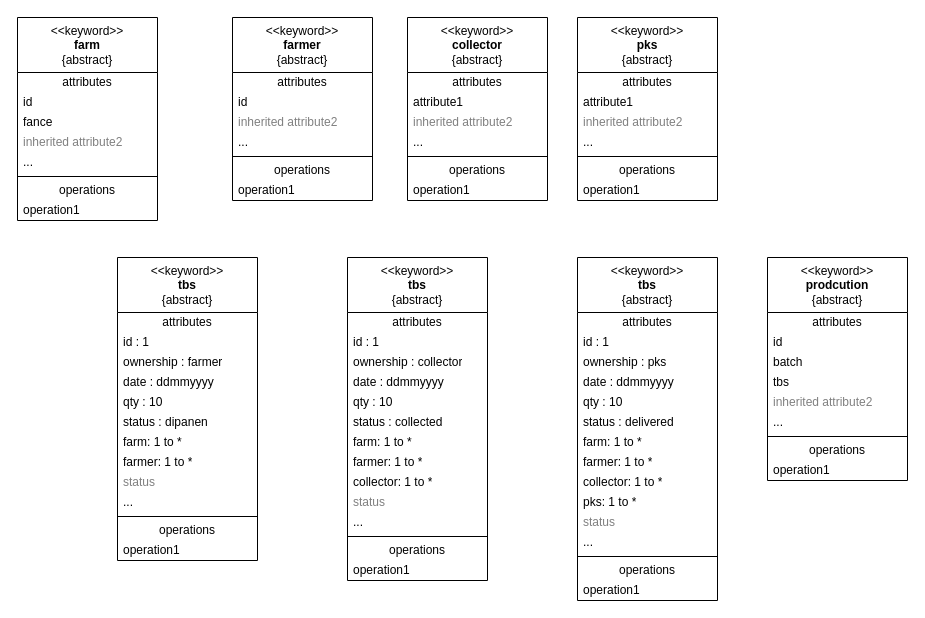
ariesharry/Diagrams keeps this draw.io diagram as Class Diagram Traceability.drawio. Above is the earlier version. Source tidied: cells renumbered, new cells numbered last; positions are measured from the earlier drawing's top-left corner, leaving out a move shared by most shapes. Both pictures are drawn from the tidied source at 100%, with x=0, y=0 at pixel (17, 17).
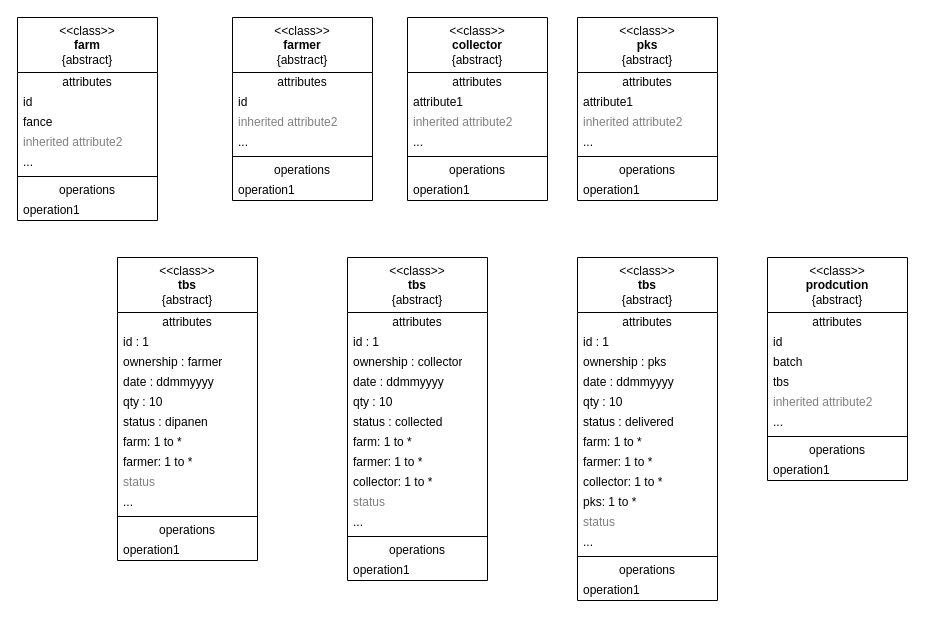
The same page after the edit.

What changed in the source:
```diff
@@
-    <mxCell id="2" value="&amp;lt;&amp;lt;keyword&amp;gt;&amp;gt;&lt;br&gt;&lt;b&gt;farm&lt;br&gt;&lt;/b&gt;{abstract}" style="swimlane;fontStyle=0;align=center;verticalAlign=top;horizontal=1;startSize=55;html=1;whiteSpace=wrap;" parent="1" vertex="1">
+    <mxCell id="2" value="&amp;lt;&amp;lt;class&amp;gt;&amp;gt;&lt;br&gt;&lt;b&gt;farm&lt;br&gt;&lt;/b&gt;{abstract}" style="swimlane;fontStyle=0;align=center;verticalAlign=top;horizontal=1;startSize=55;html=1;whiteSpace=wrap;" parent="1" vertex="1">
       <mxGeometry width="140" height="203" as="geometry" />
     </mxCell>
@@
-    <mxCell id="11" value="&amp;lt;&amp;lt;keyword&amp;gt;&amp;gt;&lt;br&gt;&lt;b&gt;farmer&lt;br&gt;&lt;/b&gt;{abstract}" style="swimlane;fontStyle=0;align=center;verticalAlign=top;horizontal=1;startSize=55;html=1;whiteSpace=wrap;" parent="1" vertex="1">
+    <mxCell id="11" value="&amp;lt;&amp;lt;class&amp;gt;&amp;gt;&lt;br&gt;&lt;b&gt;farmer&lt;br&gt;&lt;/b&gt;{abstract}" style="swimlane;fontStyle=0;align=center;verticalAlign=top;horizontal=1;startSize=55;html=1;whiteSpace=wrap;" parent="1" vertex="1">
       <mxGeometry x="215" width="140" height="183" as="geometry" />
     </mxCell>
@@
-    <mxCell id="19" value="&amp;lt;&amp;lt;keyword&amp;gt;&amp;gt;&lt;br&gt;&lt;b&gt;collector&lt;br&gt;&lt;/b&gt;{abstract}" style="swimlane;fontStyle=0;align=center;verticalAlign=top;horizontal=1;startSize=55;html=1;whiteSpace=wrap;" parent="1" vertex="1">
+    <mxCell id="19" value="&amp;lt;&amp;lt;class&amp;gt;&amp;gt;&lt;br&gt;&lt;b&gt;collector&lt;br&gt;&lt;/b&gt;{abstract}" style="swimlane;fontStyle=0;align=center;verticalAlign=top;horizontal=1;startSize=55;html=1;whiteSpace=wrap;" parent="1" vertex="1">
       <mxGeometry x="390" width="140" height="183" as="geometry" />
     </mxCell>
@@
-    <mxCell id="27" value="&amp;lt;&amp;lt;keyword&amp;gt;&amp;gt;&lt;br&gt;&lt;b&gt;pks&lt;br&gt;&lt;/b&gt;{abstract}" style="swimlane;fontStyle=0;align=center;verticalAlign=top;horizontal=1;startSize=55;html=1;whiteSpace=wrap;" parent="1" vertex="1">
+    <mxCell id="27" value="&amp;lt;&amp;lt;class&amp;gt;&amp;gt;&lt;br&gt;&lt;b&gt;pks&lt;br&gt;&lt;/b&gt;{abstract}" style="swimlane;fontStyle=0;align=center;verticalAlign=top;horizontal=1;startSize=55;html=1;whiteSpace=wrap;" parent="1" vertex="1">
       <mxGeometry x="560" width="140" height="183" as="geometry" />
     </mxCell>
@@
-    <mxCell id="35" value="&amp;lt;&amp;lt;keyword&amp;gt;&amp;gt;&lt;br&gt;&lt;b&gt;tbs&lt;br&gt;&lt;/b&gt;{abstract}" style="swimlane;fontStyle=0;align=center;verticalAlign=top;horizontal=1;startSize=55;html=1;whiteSpace=wrap;" parent="1" vertex="1">
+    <mxCell id="35" value="&amp;lt;&amp;lt;class&amp;gt;&amp;gt;&lt;br&gt;&lt;b&gt;tbs&lt;br&gt;&lt;/b&gt;{abstract}" style="swimlane;fontStyle=0;align=center;verticalAlign=top;horizontal=1;startSize=55;html=1;whiteSpace=wrap;" parent="1" vertex="1">
       <mxGeometry x="100" y="240" width="140" height="303" as="geometry" />
     </mxCell>
@@
-    <mxCell id="49" value="&amp;lt;&amp;lt;keyword&amp;gt;&amp;gt;&lt;br&gt;&lt;b&gt;tbs&lt;br&gt;&lt;/b&gt;{abstract}" style="swimlane;fontStyle=0;align=center;verticalAlign=top;horizontal=1;startSize=55;html=1;whiteSpace=wrap;" parent="1" vertex="1">
+    <mxCell id="49" value="&amp;lt;&amp;lt;class&amp;gt;&amp;gt;&lt;br&gt;&lt;b&gt;tbs&lt;br&gt;&lt;/b&gt;{abstract}" style="swimlane;fontStyle=0;align=center;verticalAlign=top;horizontal=1;startSize=55;html=1;whiteSpace=wrap;" parent="1" vertex="1">
       <mxGeometry x="330" y="240" width="140" height="323" as="geometry" />
     </mxCell>
@@
-    <mxCell id="64" value="&amp;lt;&amp;lt;keyword&amp;gt;&amp;gt;&lt;br&gt;&lt;b&gt;tbs&lt;br&gt;&lt;/b&gt;{abstract}" style="swimlane;fontStyle=0;align=center;verticalAlign=top;horizontal=1;startSize=55;html=1;whiteSpace=wrap;" parent="1" vertex="1">
+    <mxCell id="64" value="&amp;lt;&amp;lt;class&amp;gt;&amp;gt;&lt;br&gt;&lt;b&gt;tbs&lt;br&gt;&lt;/b&gt;{abstract}" style="swimlane;fontStyle=0;align=center;verticalAlign=top;horizontal=1;startSize=55;html=1;whiteSpace=wrap;" parent="1" vertex="1">
       <mxGeometry x="560" y="240" width="140" height="343" as="geometry" />
     </mxCell>
@@
-    <mxCell id="80" value="&amp;lt;&amp;lt;keyword&amp;gt;&amp;gt;&lt;br&gt;&lt;b&gt;prodcution&lt;br&gt;&lt;/b&gt;{abstract}" style="swimlane;fontStyle=0;align=center;verticalAlign=top;horizontal=1;startSize=55;html=1;whiteSpace=wrap;" parent="1" vertex="1">
+    <mxCell id="80" value="&amp;lt;&amp;lt;class&amp;gt;&amp;gt;&lt;br&gt;&lt;b&gt;prodcution&lt;br&gt;&lt;/b&gt;{abstract}" style="swimlane;fontStyle=0;align=center;verticalAlign=top;horizontal=1;startSize=55;html=1;whiteSpace=wrap;" parent="1" vertex="1">
       <mxGeometry x="750" y="240" width="140" height="223" as="geometry" />
     </mxCell>
```
